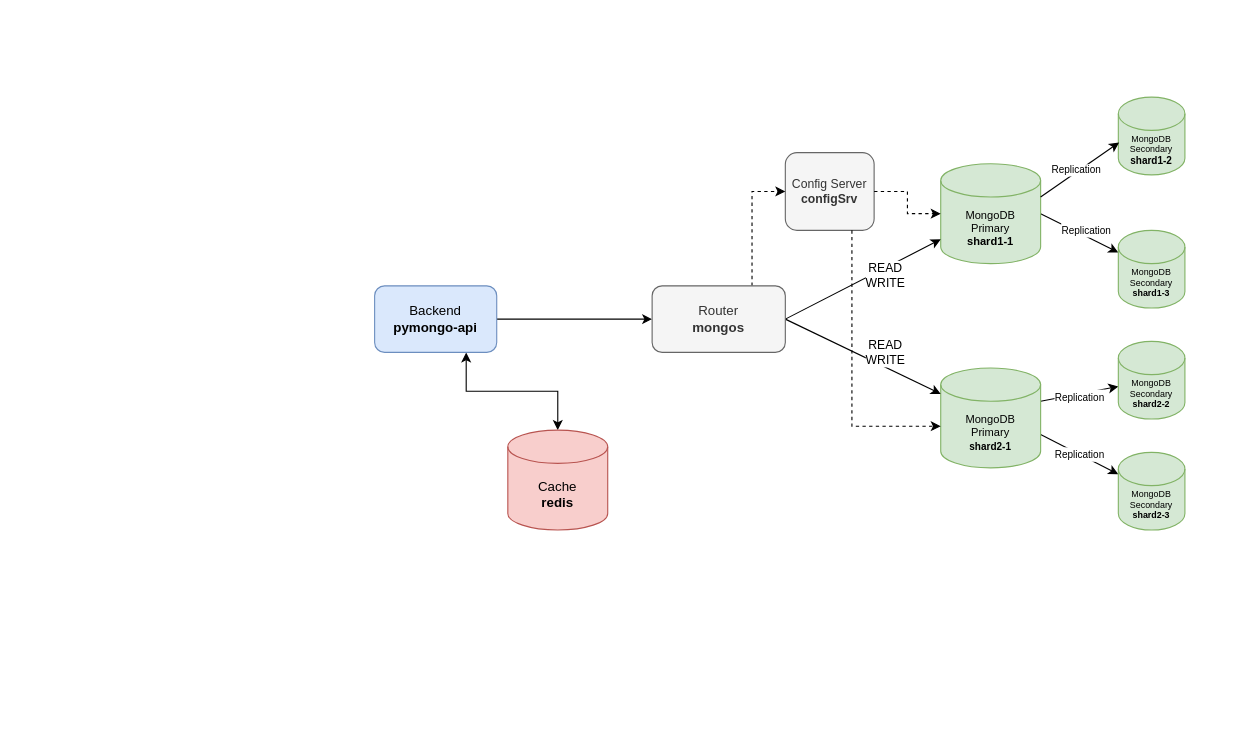
The draw.io diagram task1.drawio in maxbolgarin/architecture-sprint-2, before the edit. Source tidied: cells renumbered, new cells numbered last; positions are measured from the earlier drawing's top-left corner, leaving out a move shared by most shapes. Both pictures are drawn from the tidied source at 111%, with x=0, y=0 at pixel (374, 97).
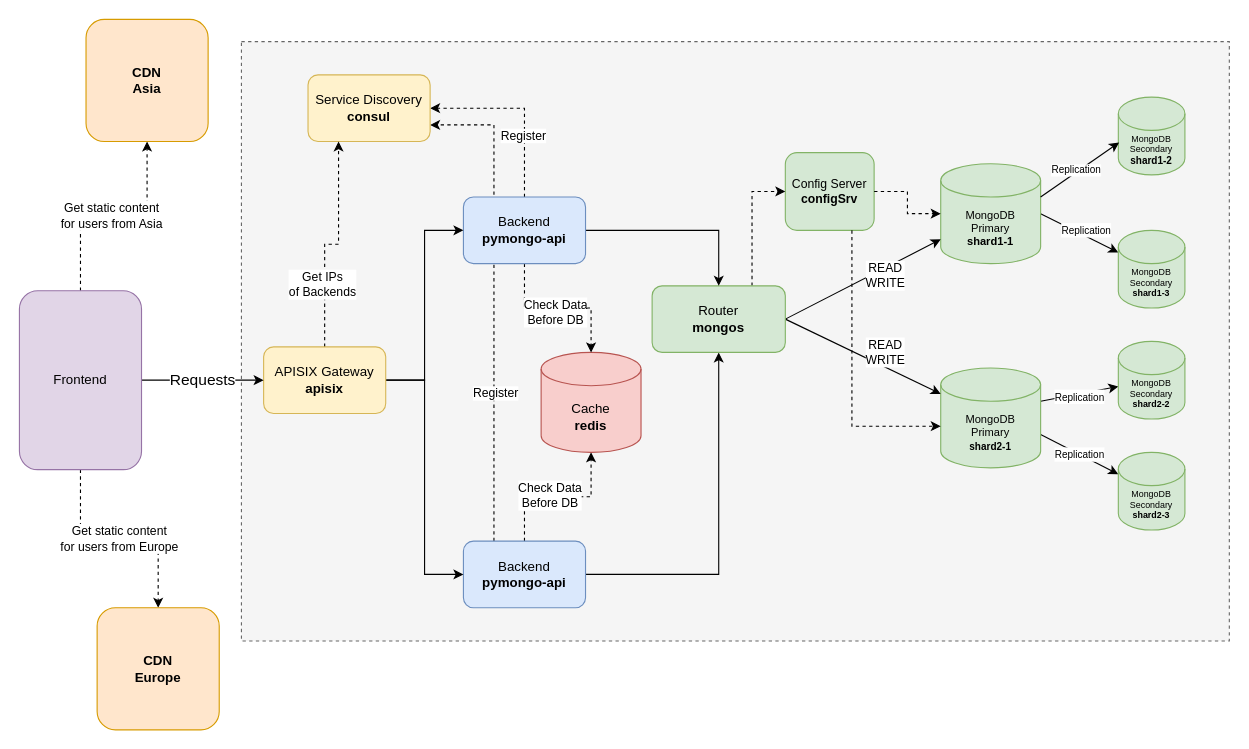
The same diagram, later.

What changed in the source:
```diff
@@
+    <mxCell id="26" style="rounded=0;whiteSpace=wrap;html=1;fillColor=#f5f5f5;fontColor=#333333;strokeColor=#666666;dashed=1;" parent="1" vertex="1">
+      <mxGeometry x="-120" y="-50" width="890" height="540" as="geometry" />
+    </mxCell>
@@
-    <mxCell id="7" style="edgeStyle=orthogonalEdgeStyle;rounded=0;jettySize=auto;html=1;exitX=0.75;exitY=1;exitDx=0;exitDy=0;endArrow=classic;endFill=1;startArrow=classic;startFill=1;" parent="1" edge="1" source="8" target="25">
+    <mxCell id="7" style="edgeStyle=orthogonalEdgeStyle;rounded=0;jettySize=auto;html=1;exitX=0.5;exitY=0;exitDx=0;exitDy=0;endArrow=classic;endFill=1;startArrow=none;startFill=0;dashed=1;" parent="1" edge="1" source="8" target="25">
       <mxGeometry relative="1" as="geometry" />
     </mxCell>
+    <mxCell id="27" value="Check Data&lt;div&gt;Before DB&lt;/div&gt;" style="edgeLabel;html=1;align=center;verticalAlign=middle;" parent="7" vertex="1">
+      <mxGeometry x="-0.11" y="2" relative="1" as="geometry" />
+    </mxCell>
+    <mxCell id="28" style="edgeStyle=orthogonalEdgeStyle;rounded=0;jettySize=auto;html=1;exitX=0.25;exitY=0;exitDx=0;exitDy=0;entryX=1;entryY=0.75;entryDx=0;entryDy=0;dashed=1;" parent="1" edge="1" source="8" target="36">
+      <mxGeometry relative="1" as="geometry" />
+    </mxCell>
+    <mxCell id="29" value="Register" style="edgeLabel;html=1;align=center;verticalAlign=middle;" parent="28" vertex="1">
+      <mxGeometry x="-0.38" y="-1" relative="1" as="geometry" />
+    </mxCell>
     <mxCell id="8" value="Backend&lt;br&gt;&lt;b&gt;pymongo-api&lt;/b&gt;" style="rounded=1;whiteSpace=wrap;html=1;fillColor=#dae8fc;strokeColor=#6c8ebf;" parent="1" vertex="1">
-      <mxGeometry y="170" width="110" height="60" as="geometry" />
+      <mxGeometry x="80" y="400" width="110" height="60" as="geometry" />
     </mxCell>
@@
-    <mxCell id="12" value="Config Server&lt;br style=&quot;font-size: 11px;&quot;&gt;&lt;b style=&quot;font-size: 11px;&quot;&gt;configSrv&lt;/b&gt;" style="rounded=1;whiteSpace=wrap;html=1;fillColor=#f5f5f5;fontColor=#333333;strokeColor=#666666;fontSize=11;" parent="1" vertex="1">
+    <mxCell id="12" value="Config Server&lt;br style=&quot;font-size: 11px;&quot;&gt;&lt;b style=&quot;font-size: 11px;&quot;&gt;configSrv&lt;/b&gt;" style="rounded=1;whiteSpace=wrap;html=1;fillColor=#d5e8d4;strokeColor=#82b366;fontSize=11;" parent="1" vertex="1">
       <mxGeometry x="370" y="50" width="80" height="70" as="geometry" />
     </mxCell>
@@
-    <mxCell id="16" value="Router&lt;br&gt;&lt;b&gt;mongos&lt;/b&gt;" style="rounded=1;whiteSpace=wrap;html=1;fillColor=#f5f5f5;fontColor=#333333;strokeColor=#666666;" parent="1" vertex="1">
+    <mxCell id="16" value="Router&lt;br&gt;&lt;b&gt;mongos&lt;/b&gt;" style="rounded=1;whiteSpace=wrap;html=1;fillColor=#d5e8d4;strokeColor=#82b366;" parent="1" vertex="1">
       <mxGeometry x="250" y="170" width="120" height="60" as="geometry" />
     </mxCell>
@@
     <mxCell id="25" value="&lt;div style=&quot;font-size: 12px;&quot;&gt;Cache&lt;/div&gt;&lt;div style=&quot;font-size: 12px;&quot;&gt;&lt;b&gt;redis&lt;/b&gt;&lt;/div&gt;" style="shape=cylinder3;whiteSpace=wrap;html=1;boundedLbl=1;backgroundOutline=1;size=15;fontSize=12;fontStyle=0;fillColor=#f8cecc;strokeColor=#b85450;" parent="1" vertex="1">
-      <mxGeometry x="120" y="300" width="90" height="90" as="geometry" />
+      <mxGeometry x="150" y="230" width="90" height="90" as="geometry" />
     </mxCell>
+    <mxCell id="30" style="edgeStyle=orthogonalEdgeStyle;rounded=0;jettySize=auto;html=1;exitX=1;exitY=0.5;exitDx=0;exitDy=0;entryX=0.5;entryY=0;entryDx=0;entryDy=0;" parent="1" edge="1" source="35" target="16">
+      <mxGeometry relative="1" as="geometry" />
+    </mxCell>
+    <mxCell id="31" style="edgeStyle=orthogonalEdgeStyle;rounded=0;jettySize=auto;html=1;exitX=0.5;exitY=1;exitDx=0;exitDy=0;dashed=1;" parent="1" edge="1" source="35" target="25">
+      <mxGeometry relative="1" as="geometry" />
+    </mxCell>
+    <mxCell id="32" value="Check Data&lt;div&gt;Before DB&lt;/div&gt;" style="edgeLabel;html=1;align=center;verticalAlign=middle;" parent="31" vertex="1">
+      <mxGeometry x="-0.22" y="-3" relative="1" as="geometry">
+        <mxPoint x="12" as="offset" />
+      </mxGeometry>
+    </mxCell>
+    <mxCell id="33" style="edgeStyle=orthogonalEdgeStyle;rounded=0;jettySize=auto;html=1;exitX=0.5;exitY=0;exitDx=0;exitDy=0;entryX=1;entryY=0.5;entryDx=0;entryDy=0;dashed=1;" parent="1" edge="1" source="35" target="36">
+      <mxGeometry relative="1" as="geometry" />
+    </mxCell>
+    <mxCell id="34" value="Register" style="edgeLabel;html=1;align=center;verticalAlign=middle;" parent="33" vertex="1">
+      <mxGeometry x="-0.32" y="2" relative="1" as="geometry" />
+    </mxCell>
+    <mxCell id="35" value="Backend&lt;br&gt;&lt;b&gt;pymongo-api&lt;/b&gt;" style="rounded=1;whiteSpace=wrap;html=1;fillColor=#dae8fc;strokeColor=#6c8ebf;" parent="1" vertex="1">
+      <mxGeometry x="80" y="90" width="110" height="60" as="geometry" />
+    </mxCell>
+    <mxCell id="36" value="Service Discovery&lt;br&gt;&lt;b&gt;consul&lt;/b&gt;" style="rounded=1;whiteSpace=wrap;html=1;fillColor=#fff2cc;strokeColor=#d6b656;" parent="1" vertex="1">
+      <mxGeometry x="-60" y="-20" width="110" height="60" as="geometry" />
+    </mxCell>
+    <mxCell id="37" style="edgeStyle=orthogonalEdgeStyle;rounded=0;jettySize=auto;html=1;exitX=1;exitY=0.5;exitDx=0;exitDy=0;entryX=0;entryY=0.5;entryDx=0;entryDy=0;" parent="1" edge="1" source="41" target="35">
+      <mxGeometry relative="1" as="geometry" />
+    </mxCell>
+    <mxCell id="38" style="edgeStyle=orthogonalEdgeStyle;rounded=0;jettySize=auto;html=1;exitX=1;exitY=0.5;exitDx=0;exitDy=0;entryX=0;entryY=0.5;entryDx=0;entryDy=0;" parent="1" edge="1" source="41" target="8">
+      <mxGeometry relative="1" as="geometry" />
+    </mxCell>
+    <mxCell id="39" style="edgeStyle=orthogonalEdgeStyle;rounded=0;jettySize=auto;html=1;exitX=0.5;exitY=0;exitDx=0;exitDy=0;entryX=0.25;entryY=1;entryDx=0;entryDy=0;dashed=1;" parent="1" edge="1" source="41" target="36">
+      <mxGeometry relative="1" as="geometry" />
+    </mxCell>
+    <mxCell id="40" value="Get IPs&lt;div&gt;of Backends&lt;/div&gt;" style="edgeLabel;html=1;align=center;verticalAlign=middle;" parent="39" vertex="1">
+      <mxGeometry x="-0.42" y="3" relative="1" as="geometry" />
+    </mxCell>
+    <mxCell id="41" value="APISIX Gateway&lt;div&gt;&lt;b&gt;apisix&lt;/b&gt;&lt;br&gt;&lt;/div&gt;" style="rounded=1;whiteSpace=wrap;html=1;fillColor=#fff2cc;strokeColor=#d6b656;" parent="1" vertex="1">
+      <mxGeometry x="-100" y="225" width="110" height="60" as="geometry" />
+    </mxCell>
+    <mxCell id="42" value="Requests" style="endArrow=classic;html=1;rounded=0;entryX=0;entryY=0.5;entryDx=0;entryDy=0;fontSize=14;" parent="1" edge="1" target="41">
+      <mxGeometry relative="1" as="geometry">
+        <mxPoint x="-210" y="255" as="sourcePoint" />
+      </mxGeometry>
+    </mxCell>
+    <mxCell id="43" style="edgeStyle=orthogonalEdgeStyle;rounded=0;jettySize=auto;html=1;exitX=0.5;exitY=0;exitDx=0;exitDy=0;dashed=1;" parent="1" edge="1" source="46" target="47">
+      <mxGeometry relative="1" as="geometry" />
+    </mxCell>
+    <mxCell id="44" value="Get static content&lt;div&gt;for users from Asia&lt;/div&gt;" style="edgeLabel;html=1;align=center;verticalAlign=middle;" parent="43" vertex="1">
+      <mxGeometry x="-0.19" y="1" relative="1" as="geometry">
+        <mxPoint x="16" as="offset" />
+      </mxGeometry>
+    </mxCell>
+    <mxCell id="45" value="Get static content&lt;div&gt;for users from Europe&lt;/div&gt;" style="edgeStyle=orthogonalEdgeStyle;rounded=0;jettySize=auto;html=1;exitX=0.5;exitY=1;exitDx=0;exitDy=0;dashed=1;" parent="1" edge="1" source="46" target="48">
+      <mxGeometry relative="1" as="geometry" />
+    </mxCell>
+    <mxCell id="46" value="&lt;div&gt;Frontend&lt;/div&gt;" style="rounded=1;whiteSpace=wrap;html=1;fillColor=#e1d5e7;strokeColor=#9673a6;" parent="1" vertex="1">
+      <mxGeometry x="-320" y="174.4" width="110" height="161.2" as="geometry" />
+    </mxCell>
+    <mxCell id="47" value="&lt;div&gt;&lt;b&gt;CDN&lt;/b&gt;&lt;/div&gt;&lt;div&gt;&lt;b&gt;Asia&lt;/b&gt;&lt;/div&gt;" style="rounded=1;whiteSpace=wrap;html=1;fillColor=#ffe6cc;strokeColor=#d79b00;" parent="1" vertex="1">
+      <mxGeometry x="-260" y="-70" width="110" height="110" as="geometry" />
+    </mxCell>
+    <mxCell id="48" value="&lt;div&gt;&lt;b&gt;CDN&lt;/b&gt;&lt;/div&gt;&lt;div&gt;&lt;b&gt;Europe&lt;/b&gt;&lt;/div&gt;" style="rounded=1;whiteSpace=wrap;html=1;fillColor=#ffe6cc;strokeColor=#d79b00;" parent="1" vertex="1">
+      <mxGeometry x="-250" y="460" width="110" height="110" as="geometry" />
+    </mxCell>
```
